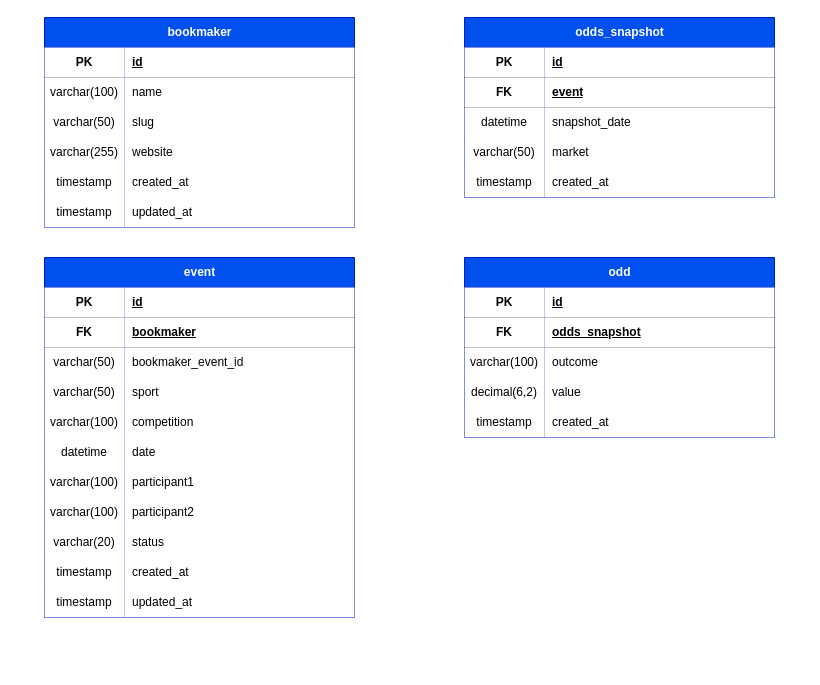
davidb99/scrapodd keeps this draw.io diagram as docs/MCD/src/scrapodd.drawio. Above is the earlier version. Source tidied: cells renumbered, new cells numbered last; positions are measured from the earlier drawing's top-left corner, leaving out a move shared by most shapes. Both pictures are drawn from the tidied source at 100%, with x=0, y=0 at pixel (44, 17).
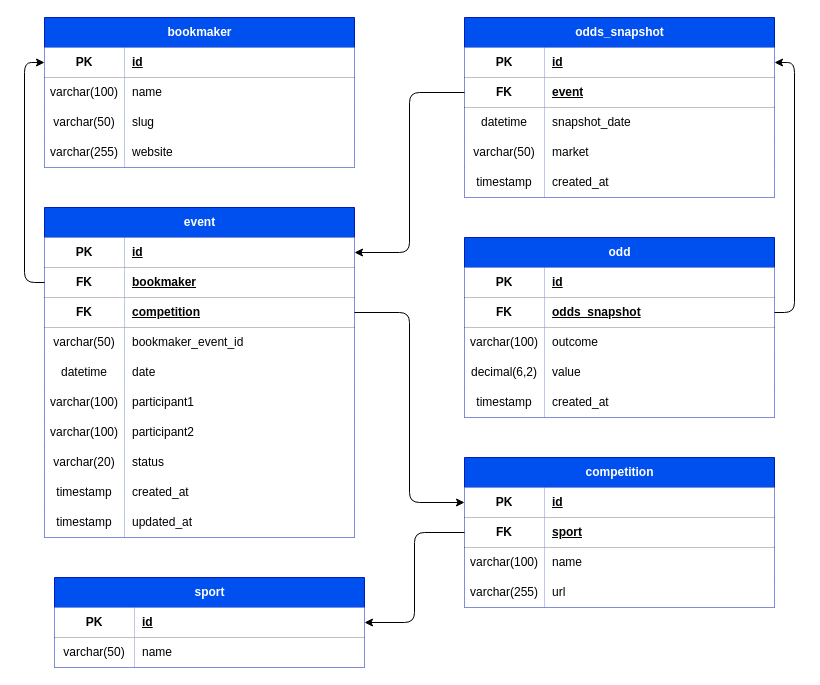
The same page after the edit.

Commit message (it also covers changes not shown here):
MAJ du MCD

The change refers to these unchanged cells:
```xml
<mxCell id="3" style="shape=tableRow;horizontal=0;startSize=0;swimlaneHead=0;swimlaneBody=0;fillColor=none;points=[[0,0.5],[1,0.5]];portConstraint=eastwest;top=0;left=0;right=0;bottom=1;rounded=0;" parent="2" vertex="1">
  <mxGeometry y="30" width="310" height="30" as="geometry" />
</mxCell>
<mxCell id="22" style="shape=tableRow;horizontal=0;startSize=0;swimlaneHead=0;swimlaneBody=0;fillColor=none;points=[[0,0.5],[1,0.5]];portConstraint=eastwest;top=0;left=0;right=0;bottom=1;rounded=0;" parent="21" vertex="1">
  <mxGeometry y="30" width="310" height="30" as="geometry" />
</mxCell>
<mxCell id="25" style="shape=tableRow;horizontal=0;startSize=0;swimlaneHead=0;swimlaneBody=0;fillColor=none;points=[[0,0.5],[1,0.5]];portConstraint=eastwest;top=0;left=0;right=0;bottom=1;rounded=0;" parent="21" vertex="1">
  <mxGeometry y="60" width="310" height="30" as="geometry" />
</mxCell>
<mxCell id="56" style="shape=tableRow;horizontal=0;startSize=0;swimlaneHead=0;swimlaneBody=0;fillColor=none;points=[[0,0.5],[1,0.5]];portConstraint=eastwest;top=0;left=0;right=0;bottom=1;rounded=0;" parent="55" vertex="1">
  <mxGeometry y="30" width="310" height="30" as="geometry" />
</mxCell>
<mxCell id="59" style="shape=tableRow;horizontal=0;startSize=0;swimlaneHead=0;swimlaneBody=0;fillColor=none;points=[[0,0.5],[1,0.5]];portConstraint=eastwest;top=0;left=0;right=0;bottom=1;rounded=0;" parent="55" vertex="1">
  <mxGeometry y="60" width="310" height="30" as="geometry" />
</mxCell>
<mxCell id="75" style="shape=tableRow;horizontal=0;startSize=0;swimlaneHead=0;swimlaneBody=0;fillColor=none;points=[[0,0.5],[1,0.5]];portConstraint=eastwest;top=0;left=0;right=0;bottom=1;rounded=0;" parent="71" vertex="1">
  <mxGeometry y="60" width="310" height="30" as="geometry" />
</mxCell>
```

Diff of the diagram source:
```diff
@@
     <mxCell id="2" value="bookmaker" style="shape=table;startSize=30;childLayout=tableLayout;rowLines=0;fontStyle=1;align=center;html=1;fillColor=#0050ef;fontColor=#ffffff;strokeColor=#001DBC;rounded=0;" parent="1" vertex="1">
-      <mxGeometry width="310" height="210" as="geometry" />
+      <mxGeometry width="310" height="150" as="geometry" />
     </mxCell>
@@
-    <mxCell id="15" style="shape=tableRow;horizontal=0;startSize=0;swimlaneHead=0;swimlaneBody=0;fillColor=none;top=0;left=0;right=0;bottom=0;rounded=0;" parent="2" vertex="1">
-      <mxGeometry y="150" width="310" height="30" as="geometry" />
-    </mxCell>
-    <mxCell id="16" value="timestamp" style="shape=partialRectangle;top=0;left=0;bottom=0;right=0;overflow=hidden;whiteSpace=wrap;html=1;rounded=0;" parent="15" vertex="1">
-      <mxGeometry width="80" height="30" as="geometry" />
-    </mxCell>
-    <mxCell id="17" value="created_at" style="shape=partialRectangle;top=0;left=0;bottom=0;right=0;align=left;spacingLeft=6;overflow=hidden;whiteSpace=wrap;html=1;rounded=0;" parent="15" vertex="1">
-      <mxGeometry x="80" width="230" height="30" as="geometry" />
-    </mxCell>
-    <mxCell id="18" style="shape=tableRow;horizontal=0;startSize=0;swimlaneHead=0;swimlaneBody=0;fillColor=none;top=0;left=0;right=0;bottom=0;rounded=0;" parent="2" vertex="1">
-      <mxGeometry y="180" width="310" height="30" as="geometry" />
-    </mxCell>
-    <mxCell id="19" value="timestamp" style="shape=partialRectangle;top=0;left=0;bottom=0;right=0;overflow=hidden;whiteSpace=wrap;html=1;rounded=0;" parent="18" vertex="1">
-      <mxGeometry width="80" height="30" as="geometry" />
-    </mxCell>
-    <mxCell id="20" value="updated_at" style="shape=partialRectangle;top=0;left=0;bottom=0;right=0;align=left;spacingLeft=6;overflow=hidden;whiteSpace=wrap;html=1;rounded=0;" parent="18" vertex="1">
-      <mxGeometry x="80" width="230" height="30" as="geometry" />
-    </mxCell>
     <mxCell id="21" value="event" style="shape=table;startSize=30;childLayout=tableLayout;rowLines=0;fontStyle=1;align=center;html=1;fillColor=#0050ef;fontColor=#ffffff;strokeColor=#001DBC;rounded=0;" parent="1" vertex="1">
-      <mxGeometry y="240" width="310" height="360" as="geometry" />
+      <mxGeometry y="190" width="310" height="330" as="geometry" />
     </mxCell>
@@
+    <mxCell id="87" style="shape=tableRow;horizontal=0;startSize=0;swimlaneHead=0;swimlaneBody=0;fillColor=none;points=[[0,0.5],[1,0.5]];portConstraint=eastwest;top=0;left=0;right=0;bottom=1;rounded=0;" parent="21" vertex="1">
+      <mxGeometry y="90" width="310" height="30" as="geometry" />
+    </mxCell>
+    <mxCell id="88" value="FK" style="shape=partialRectangle;top=0;left=0;bottom=0;right=0;fontStyle=1;overflow=hidden;whiteSpace=wrap;html=1;rounded=0;" parent="87" vertex="1">
+      <mxGeometry width="80" height="30" as="geometry" />
+    </mxCell>
+    <mxCell id="89" value="competition" style="shape=partialRectangle;top=0;left=0;bottom=0;right=0;align=left;spacingLeft=6;fontStyle=5;overflow=hidden;whiteSpace=wrap;html=1;rounded=0;" parent="87" vertex="1">
+      <mxGeometry x="80" width="230" height="30" as="geometry" />
+    </mxCell>
     <mxCell id="28" style="shape=tableRow;horizontal=0;startSize=0;swimlaneHead=0;swimlaneBody=0;fillColor=none;top=0;left=0;right=0;bottom=0;rounded=0;" parent="21" vertex="1">
-      <mxGeometry y="90" width="310" height="30" as="geometry" />
+      <mxGeometry y="120" width="310" height="30" as="geometry" />
     </mxCell>
@@
-    <mxCell id="31" style="shape=tableRow;horizontal=0;startSize=0;swimlaneHead=0;swimlaneBody=0;fillColor=none;top=0;left=0;right=0;bottom=0;rounded=0;" parent="21" vertex="1">
-      <mxGeometry y="120" width="310" height="30" as="geometry" />
-    </mxCell>
-    <mxCell id="32" value="varchar(50)" style="shape=partialRectangle;top=0;left=0;bottom=0;right=0;overflow=hidden;whiteSpace=wrap;html=1;rounded=0;" parent="31" vertex="1">
-      <mxGeometry width="80" height="30" as="geometry" />
-    </mxCell>
-    <mxCell id="33" value="sport" style="shape=partialRectangle;top=0;left=0;bottom=0;right=0;align=left;spacingLeft=6;overflow=hidden;whiteSpace=wrap;html=1;rounded=0;" parent="31" vertex="1">
-      <mxGeometry x="80" width="230" height="30" as="geometry" />
-    </mxCell>
-    <mxCell id="34" style="shape=tableRow;horizontal=0;startSize=0;swimlaneHead=0;swimlaneBody=0;fillColor=none;top=0;left=0;right=0;bottom=0;rounded=0;" parent="21" vertex="1">
-      <mxGeometry y="150" width="310" height="30" as="geometry" />
-    </mxCell>
-    <mxCell id="35" value="varchar(100)" style="shape=partialRectangle;top=0;left=0;bottom=0;right=0;overflow=hidden;whiteSpace=wrap;html=1;rounded=0;" parent="34" vertex="1">
-      <mxGeometry width="80" height="30" as="geometry" />
-    </mxCell>
-    <mxCell id="36" value="competition" style="shape=partialRectangle;top=0;left=0;bottom=0;right=0;align=left;spacingLeft=6;overflow=hidden;whiteSpace=wrap;html=1;rounded=0;" parent="34" vertex="1">
-      <mxGeometry x="80" width="230" height="30" as="geometry" />
-    </mxCell>
     <mxCell id="37" style="shape=tableRow;horizontal=0;startSize=0;swimlaneHead=0;swimlaneBody=0;fillColor=none;top=0;left=0;right=0;bottom=0;rounded=0;" parent="21" vertex="1">
-      <mxGeometry y="180" width="310" height="30" as="geometry" />
+      <mxGeometry y="150" width="310" height="30" as="geometry" />
     </mxCell>
@@
     <mxCell id="40" style="shape=tableRow;horizontal=0;startSize=0;swimlaneHead=0;swimlaneBody=0;fillColor=none;top=0;left=0;right=0;bottom=0;rounded=0;" parent="21" vertex="1">
-      <mxGeometry y="210" width="310" height="30" as="geometry" />
+      <mxGeometry y="180" width="310" height="30" as="geometry" />
     </mxCell>
@@
     <mxCell id="43" style="shape=tableRow;horizontal=0;startSize=0;swimlaneHead=0;swimlaneBody=0;fillColor=none;top=0;left=0;right=0;bottom=0;rounded=0;" parent="21" vertex="1">
-      <mxGeometry y="240" width="310" height="30" as="geometry" />
+      <mxGeometry y="210" width="310" height="30" as="geometry" />
     </mxCell>
@@
     <mxCell id="46" style="shape=tableRow;horizontal=0;startSize=0;swimlaneHead=0;swimlaneBody=0;fillColor=none;top=0;left=0;right=0;bottom=0;rounded=0;" parent="21" vertex="1">
-      <mxGeometry y="270" width="310" height="30" as="geometry" />
+      <mxGeometry y="240" width="310" height="30" as="geometry" />
     </mxCell>
@@
     <mxCell id="49" style="shape=tableRow;horizontal=0;startSize=0;swimlaneHead=0;swimlaneBody=0;fillColor=none;top=0;left=0;right=0;bottom=0;rounded=0;" parent="21" vertex="1">
-      <mxGeometry y="300" width="310" height="30" as="geometry" />
+      <mxGeometry y="270" width="310" height="30" as="geometry" />
     </mxCell>
@@
     <mxCell id="52" style="shape=tableRow;horizontal=0;startSize=0;swimlaneHead=0;swimlaneBody=0;fillColor=none;top=0;left=0;right=0;bottom=0;rounded=0;" parent="21" vertex="1">
-      <mxGeometry y="330" width="310" height="30" as="geometry" />
+      <mxGeometry y="300" width="310" height="30" as="geometry" />
     </mxCell>
@@
     <mxCell id="71" value="odd" style="shape=table;startSize=30;childLayout=tableLayout;rowLines=0;fontStyle=1;align=center;html=1;fillColor=#0050ef;fontColor=#ffffff;strokeColor=#001DBC;rounded=0;" parent="1" vertex="1">
-      <mxGeometry x="420" y="240" width="310" height="180" as="geometry" />
+      <mxGeometry x="420" y="220" width="310" height="180" as="geometry" />
     </mxCell>
@@
+    <mxCell id="90" style="edgeStyle=orthogonalEdgeStyle;jettySize=auto;html=1;exitX=0;exitY=0.5;exitDx=0;exitDy=0;entryX=0;entryY=0.5;entryDx=0;entryDy=0;" parent="1" edge="1" source="25" target="3">
+      <mxGeometry relative="1" as="geometry" />
+    </mxCell>
+    <mxCell id="91" style="edgeStyle=orthogonalEdgeStyle;jettySize=auto;html=1;exitX=1;exitY=0.5;exitDx=0;exitDy=0;entryX=1;entryY=0.5;entryDx=0;entryDy=0;" parent="1" edge="1" source="75" target="56">
+      <mxGeometry relative="1" as="geometry" />
+    </mxCell>
+    <mxCell id="92" style="edgeStyle=orthogonalEdgeStyle;jettySize=auto;html=1;exitX=0;exitY=0.5;exitDx=0;exitDy=0;entryX=1;entryY=0.5;entryDx=0;entryDy=0;" parent="1" edge="1" source="59" target="22">
+      <mxGeometry relative="1" as="geometry" />
+    </mxCell>
+    <mxCell id="93" value="competition" style="shape=table;startSize=30;childLayout=tableLayout;rowLines=0;fontStyle=1;align=center;html=1;fillColor=#0050ef;fontColor=#ffffff;strokeColor=#001DBC;rounded=0;" parent="1" vertex="1">
+      <mxGeometry x="420" y="440" width="310" height="150" as="geometry" />
+    </mxCell>
+    <mxCell id="94" style="shape=tableRow;horizontal=0;startSize=0;swimlaneHead=0;swimlaneBody=0;fillColor=none;points=[[0,0.5],[1,0.5]];portConstraint=eastwest;top=0;left=0;right=0;bottom=1;rounded=0;" parent="93" vertex="1">
+      <mxGeometry y="30" width="310" height="30" as="geometry" />
+    </mxCell>
+    <mxCell id="95" value="PK" style="shape=partialRectangle;top=0;left=0;bottom=0;right=0;fontStyle=1;overflow=hidden;whiteSpace=wrap;html=1;rounded=0;" parent="94" vertex="1">
+      <mxGeometry width="80" height="30" as="geometry" />
+    </mxCell>
+    <mxCell id="96" value="id" style="shape=partialRectangle;top=0;left=0;bottom=0;right=0;align=left;spacingLeft=6;fontStyle=5;overflow=hidden;whiteSpace=wrap;html=1;rounded=0;" parent="94" vertex="1">
+      <mxGeometry x="80" width="230" height="30" as="geometry" />
+    </mxCell>
+    <mxCell id="97" style="shape=tableRow;horizontal=0;startSize=0;swimlaneHead=0;swimlaneBody=0;fillColor=none;points=[[0,0.5],[1,0.5]];portConstraint=eastwest;top=0;left=0;right=0;bottom=1;rounded=0;" parent="93" vertex="1">
+      <mxGeometry y="60" width="310" height="30" as="geometry" />
+    </mxCell>
+    <mxCell id="98" value="FK" style="shape=partialRectangle;top=0;left=0;bottom=0;right=0;fontStyle=1;overflow=hidden;whiteSpace=wrap;html=1;rounded=0;" parent="97" vertex="1">
+      <mxGeometry width="80" height="30" as="geometry" />
+    </mxCell>
+    <mxCell id="99" value="sport" style="shape=partialRectangle;top=0;left=0;bottom=0;right=0;align=left;spacingLeft=6;fontStyle=5;overflow=hidden;whiteSpace=wrap;html=1;rounded=0;" parent="97" vertex="1">
+      <mxGeometry x="80" width="230" height="30" as="geometry" />
+    </mxCell>
+    <mxCell id="100" style="shape=tableRow;horizontal=0;startSize=0;swimlaneHead=0;swimlaneBody=0;fillColor=none;top=0;left=0;right=0;bottom=0;rounded=0;" parent="93" vertex="1">
+      <mxGeometry y="90" width="310" height="30" as="geometry" />
+    </mxCell>
+    <mxCell id="35" value="varchar(100)" style="shape=partialRectangle;top=0;left=0;bottom=0;right=0;overflow=hidden;whiteSpace=wrap;html=1;rounded=0;" parent="100" vertex="1">
+      <mxGeometry width="80" height="30" as="geometry" />
+    </mxCell>
+    <mxCell id="101" value="name" style="shape=partialRectangle;top=0;left=0;bottom=0;right=0;align=left;spacingLeft=6;overflow=hidden;whiteSpace=wrap;html=1;rounded=0;" parent="100" vertex="1">
+      <mxGeometry x="80" width="230" height="30" as="geometry" />
+    </mxCell>
+    <mxCell id="31" style="shape=tableRow;horizontal=0;startSize=0;swimlaneHead=0;swimlaneBody=0;fillColor=none;top=0;left=0;right=0;bottom=0;rounded=0;" parent="93" vertex="1">
+      <mxGeometry y="120" width="310" height="30" as="geometry" />
+    </mxCell>
+    <mxCell id="102" value="varchar(255)" style="shape=partialRectangle;top=0;left=0;bottom=0;right=0;overflow=hidden;whiteSpace=wrap;html=1;rounded=0;" parent="31" vertex="1">
+      <mxGeometry width="80" height="30" as="geometry" />
+    </mxCell>
+    <mxCell id="103" value="url" style="shape=partialRectangle;top=0;left=0;bottom=0;right=0;align=left;spacingLeft=6;overflow=hidden;whiteSpace=wrap;html=1;rounded=0;" parent="31" vertex="1">
+      <mxGeometry x="80" width="230" height="30" as="geometry" />
+    </mxCell>
+    <mxCell id="104" style="edgeStyle=orthogonalEdgeStyle;jettySize=auto;html=1;exitX=1;exitY=0.5;exitDx=0;exitDy=0;entryX=0;entryY=0.5;entryDx=0;entryDy=0;" parent="1" edge="1" source="87" target="94">
+      <mxGeometry relative="1" as="geometry" />
+    </mxCell>
+    <mxCell id="105" value="sport" style="shape=table;startSize=30;childLayout=tableLayout;rowLines=0;fontStyle=1;align=center;html=1;fillColor=#0050ef;fontColor=#ffffff;strokeColor=#001DBC;rounded=0;" parent="1" vertex="1">
+      <mxGeometry x="10" y="560" width="310" height="90" as="geometry" />
+    </mxCell>
+    <mxCell id="106" style="shape=tableRow;horizontal=0;startSize=0;swimlaneHead=0;swimlaneBody=0;fillColor=none;points=[[0,0.5],[1,0.5]];portConstraint=eastwest;top=0;left=0;right=0;bottom=1;rounded=0;" parent="105" vertex="1">
+      <mxGeometry y="30" width="310" height="30" as="geometry" />
+    </mxCell>
+    <mxCell id="107" value="PK" style="shape=partialRectangle;top=0;left=0;bottom=0;right=0;fontStyle=1;overflow=hidden;whiteSpace=wrap;html=1;rounded=0;" parent="106" vertex="1">
+      <mxGeometry width="80" height="30" as="geometry" />
+    </mxCell>
+    <mxCell id="108" value="id" style="shape=partialRectangle;top=0;left=0;bottom=0;right=0;align=left;spacingLeft=6;fontStyle=5;overflow=hidden;whiteSpace=wrap;html=1;rounded=0;" parent="106" vertex="1">
+      <mxGeometry x="80" width="230" height="30" as="geometry" />
+    </mxCell>
+    <mxCell id="109" style="shape=tableRow;horizontal=0;startSize=0;swimlaneHead=0;swimlaneBody=0;fillColor=none;top=0;left=0;right=0;bottom=0;rounded=0;" parent="105" vertex="1">
+      <mxGeometry y="60" width="310" height="30" as="geometry" />
+    </mxCell>
+    <mxCell id="32" value="varchar(50)" style="shape=partialRectangle;top=0;left=0;bottom=0;right=0;overflow=hidden;whiteSpace=wrap;html=1;rounded=0;" parent="109" vertex="1">
+      <mxGeometry width="80" height="30" as="geometry" />
+    </mxCell>
+    <mxCell id="110" value="name" style="shape=partialRectangle;top=0;left=0;bottom=0;right=0;align=left;spacingLeft=6;overflow=hidden;whiteSpace=wrap;html=1;rounded=0;" parent="109" vertex="1">
+      <mxGeometry x="80" width="230" height="30" as="geometry" />
+    </mxCell>
+    <mxCell id="111" style="edgeStyle=orthogonalEdgeStyle;jettySize=auto;html=1;exitX=0;exitY=0.5;exitDx=0;exitDy=0;entryX=1;entryY=0.5;entryDx=0;entryDy=0;" parent="1" edge="1" source="97" target="106">
+      <mxGeometry relative="1" as="geometry" />
+    </mxCell>
```
